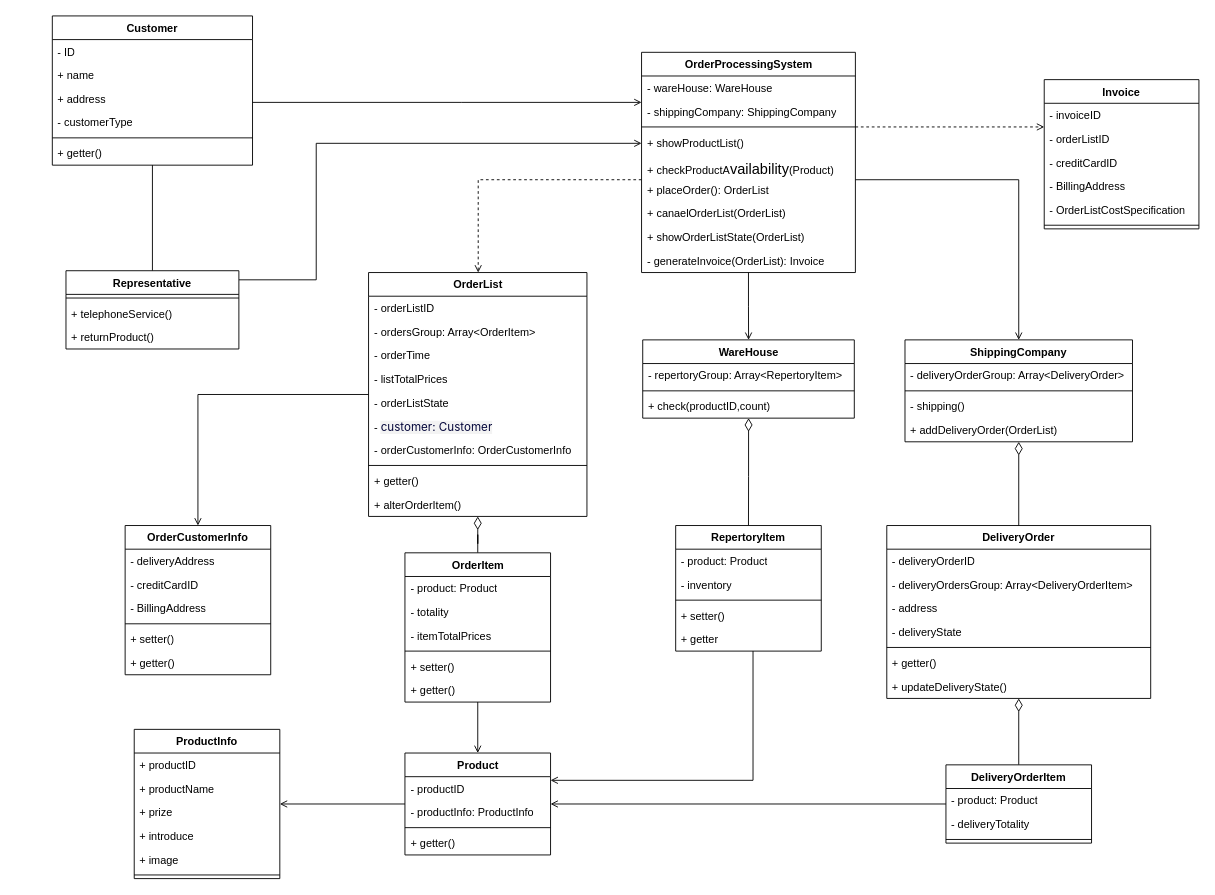
This is orders/orders_Class_improved.drawio from yayaer123/drawio_demo, a draw.io file, before an edit. Source tidied: cells renumbered, new cells numbered last; positions are measured from the earlier drawing's top-left corner, leaving out a move shared by most shapes. Both pictures are drawn from the tidied source at 91%, with x=0, y=0 at pixel (52, 15).
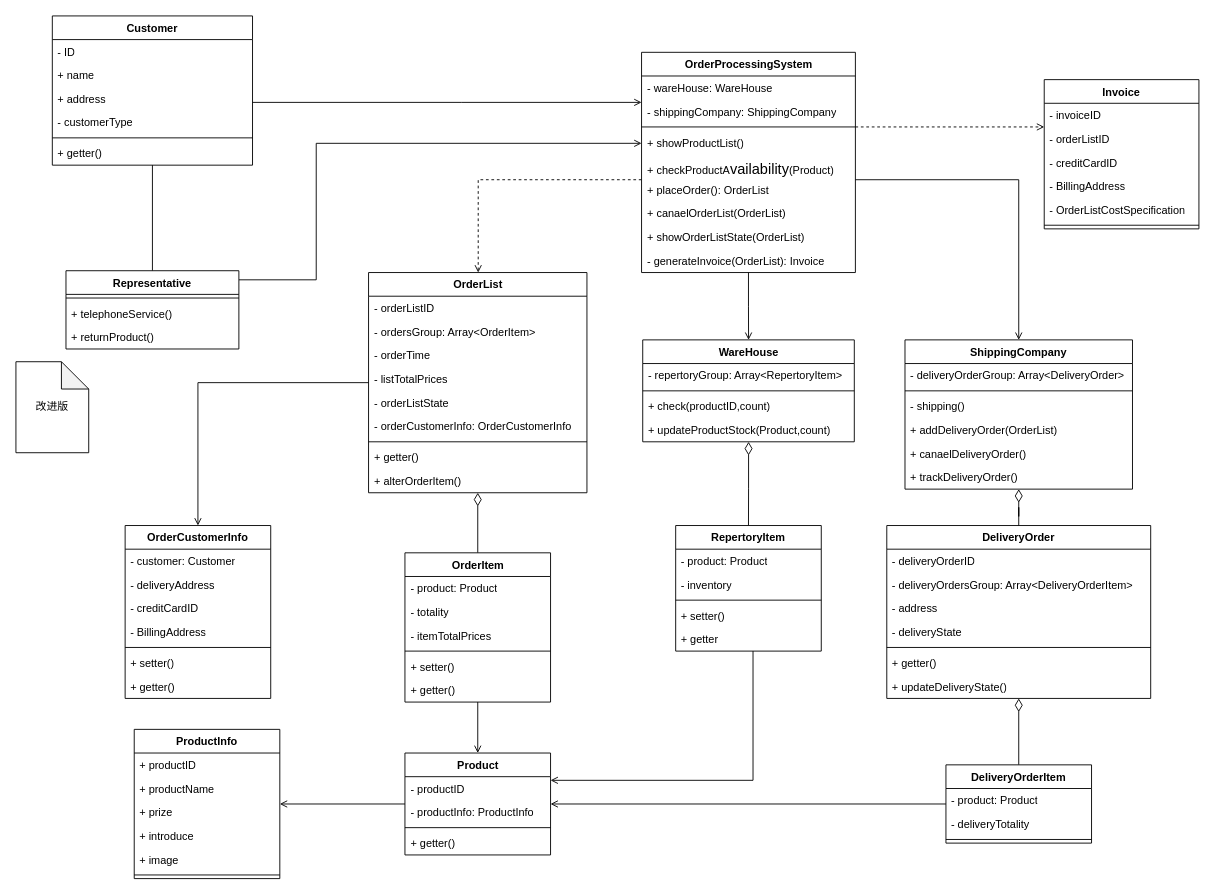
Above is the later version.

Diff of the diagram source:
```diff
@@
     <mxCell id="31" value="OrderList" style="swimlane;fontStyle=1;align=center;verticalAlign=top;horizontal=1;startSize=26;whiteSpace=wrap;html=1;" parent="1" vertex="1">
-      <mxGeometry x="347.5" y="282" width="240" height="268" as="geometry" />
+      <mxGeometry x="347.5" y="282" width="240" height="242" as="geometry" />
     </mxCell>
@@
-    <mxCell id="37" value="-&amp;nbsp;&lt;span style=&quot;color: rgb(5, 7, 59); font-family: -apple-system, BlinkMacSystemFont, &amp;quot;Segoe UI&amp;quot;, Roboto, Ubuntu, &amp;quot;Helvetica Neue&amp;quot;, Helvetica, Arial, &amp;quot;PingFang SC&amp;quot;, &amp;quot;Hiragino Sans GB&amp;quot;, &amp;quot;Microsoft YaHei UI&amp;quot;, &amp;quot;Microsoft YaHei&amp;quot;, &amp;quot;Source Han Sans CN&amp;quot;, sans-serif, &amp;quot;Apple Color Emoji&amp;quot;, &amp;quot;Segoe UI Emoji&amp;quot;; font-size: 12.75px; background-color: rgba(27, 31, 35, 0.05);&quot;&gt;customer: C&lt;/span&gt;&lt;span style=&quot;color: rgb(5, 7, 59); font-family: -apple-system, BlinkMacSystemFont, &amp;quot;Segoe UI&amp;quot;, Roboto, Ubuntu, &amp;quot;Helvetica Neue&amp;quot;, Helvetica, Arial, &amp;quot;PingFang SC&amp;quot;, &amp;quot;Hiragino Sans GB&amp;quot;, &amp;quot;Microsoft YaHei UI&amp;quot;, &amp;quot;Microsoft YaHei&amp;quot;, &amp;quot;Source Han Sans CN&amp;quot;, sans-serif, &amp;quot;Apple Color Emoji&amp;quot;, &amp;quot;Segoe UI Emoji&amp;quot;; font-size: 12.75px; background-color: rgba(27, 31, 35, 0.05);&quot;&gt;ustomer&lt;/span&gt;" style="text;strokeColor=none;fillColor=none;align=left;verticalAlign=top;spacingLeft=4;spacingRight=4;overflow=hidden;whiteSpace=wrap;html=1;" parent="31" vertex="1">
-      <mxGeometry y="156" width="240" height="26" as="geometry" />
-    </mxCell>
     <mxCell id="38" value="- orderCustomerInfo: OrderCustomerInfo" style="text;strokeColor=none;fillColor=none;align=left;verticalAlign=top;spacingLeft=4;spacingRight=4;overflow=hidden;whiteSpace=wrap;html=1;" parent="31" vertex="1">
-      <mxGeometry y="182" width="240" height="26" as="geometry" />
+      <mxGeometry y="156" width="240" height="26" as="geometry" />
     </mxCell>
     <mxCell id="39" style="line;strokeWidth=1;fillColor=none;align=left;verticalAlign=middle;spacingTop=-1;spacingLeft=3;spacingRight=3;labelPosition=right;strokeColor=inherit;" parent="31" vertex="1">
-      <mxGeometry y="208" width="240" height="8" as="geometry" />
+      <mxGeometry y="182" width="240" height="8" as="geometry" />
     </mxCell>
     <mxCell id="40" value="+ getter()" style="text;strokeColor=none;fillColor=none;align=left;verticalAlign=top;spacingLeft=4;spacingRight=4;overflow=hidden;whiteSpace=wrap;html=1;" parent="31" vertex="1">
-      <mxGeometry y="216" width="240" height="26" as="geometry" />
+      <mxGeometry y="190" width="240" height="26" as="geometry" />
     </mxCell>
     <mxCell id="41" value="+ alterOrderItem()" style="text;strokeColor=none;fillColor=none;align=left;verticalAlign=top;spacingLeft=4;spacingRight=4;overflow=hidden;whiteSpace=wrap;html=1;" parent="31" vertex="1">
-      <mxGeometry y="242" width="240" height="26" as="geometry" />
+      <mxGeometry y="216" width="240" height="26" as="geometry" />
     </mxCell>
@@
     <mxCell id="50" value="&lt;span style=&quot;text-align: left;&quot;&gt;OrderCustomerInfo&lt;/span&gt;" style="swimlane;fontStyle=1;align=center;verticalAlign=top;horizontal=1;startSize=26;whiteSpace=wrap;html=1;" parent="1" vertex="1">
-      <mxGeometry x="80" y="560" width="160" height="164" as="geometry" />
+      <mxGeometry x="80" y="560" width="160" height="190" as="geometry" />
     </mxCell>
+    <mxCell id="37" value="- customer: Customer" style="text;strokeColor=none;fillColor=none;align=left;verticalAlign=top;spacingLeft=4;spacingRight=4;overflow=hidden;whiteSpace=wrap;html=1;" parent="50" vertex="1">
+      <mxGeometry y="26" width="160" height="26" as="geometry" />
+    </mxCell>
     <mxCell id="51" value="- deliveryAddress" style="text;strokeColor=none;fillColor=none;align=left;verticalAlign=top;spacingLeft=4;spacingRight=4;overflow=hidden;whiteSpace=wrap;html=1;" parent="50" vertex="1">
-      <mxGeometry y="26" width="160" height="26" as="geometry" />
+      <mxGeometry y="52" width="160" height="26" as="geometry" />
     </mxCell>
     <mxCell id="52" value="- creditCardID" style="text;strokeColor=none;fillColor=none;align=left;verticalAlign=top;spacingLeft=4;spacingRight=4;overflow=hidden;whiteSpace=wrap;html=1;" parent="50" vertex="1">
-      <mxGeometry y="52" width="160" height="26" as="geometry" />
+      <mxGeometry y="78" width="160" height="26" as="geometry" />
     </mxCell>
     <mxCell id="53" value="- BillingAddress" style="text;strokeColor=none;fillColor=none;align=left;verticalAlign=top;spacingLeft=4;spacingRight=4;overflow=hidden;whiteSpace=wrap;html=1;" parent="50" vertex="1">
-      <mxGeometry y="78" width="160" height="26" as="geometry" />
+      <mxGeometry y="104" width="160" height="26" as="geometry" />
     </mxCell>
     <mxCell id="54" style="line;strokeWidth=1;fillColor=none;align=left;verticalAlign=middle;spacingTop=-1;spacingLeft=3;spacingRight=3;labelPosition=right;strokeColor=inherit;" parent="50" vertex="1">
-      <mxGeometry y="104" width="160" height="8" as="geometry" />
+      <mxGeometry y="130" width="160" height="8" as="geometry" />
     </mxCell>
     <mxCell id="55" value="+ setter()" style="text;strokeColor=none;fillColor=none;align=left;verticalAlign=top;spacingLeft=4;spacingRight=4;overflow=hidden;whiteSpace=wrap;html=1;" parent="50" vertex="1">
-      <mxGeometry y="112" width="160" height="26" as="geometry" />
+      <mxGeometry y="138" width="160" height="26" as="geometry" />
     </mxCell>
     <mxCell id="56" value="+ getter()" style="text;strokeColor=none;fillColor=none;align=left;verticalAlign=top;spacingLeft=4;spacingRight=4;overflow=hidden;whiteSpace=wrap;html=1;" parent="50" vertex="1">
-      <mxGeometry y="138" width="160" height="26" as="geometry" />
+      <mxGeometry y="164" width="160" height="26" as="geometry" />
     </mxCell>
@@
     <mxCell id="58" value="WareHouse" style="swimlane;fontStyle=1;align=center;verticalAlign=top;horizontal=1;startSize=26;whiteSpace=wrap;html=1;" parent="1" vertex="1">
-      <mxGeometry x="648.8" y="356" width="232.5" height="86" as="geometry" />
+      <mxGeometry x="648.8" y="356" width="232.5" height="112" as="geometry" />
     </mxCell>
@@
+    <mxCell id="110" value="+ updateProductStock(Product,count)" style="text;strokeColor=none;fillColor=none;align=left;verticalAlign=top;spacingLeft=4;spacingRight=4;overflow=hidden;whiteSpace=wrap;html=1;" parent="58" vertex="1">
+      <mxGeometry y="86" width="232.5" height="26" as="geometry" />
+    </mxCell>
@@
     <mxCell id="91" value="ShippingCompany" style="swimlane;fontStyle=1;align=center;verticalAlign=top;horizontal=1;startSize=26;whiteSpace=wrap;html=1;" parent="1" vertex="1">
-      <mxGeometry x="937" y="356" width="250" height="112" as="geometry" />
+      <mxGeometry x="937" y="356" width="250" height="164" as="geometry" />
     </mxCell>
@@
+    <mxCell id="111" value="+ canaelDeliveryOrder()" style="text;strokeColor=none;fillColor=none;align=left;verticalAlign=top;spacingLeft=4;spacingRight=4;overflow=hidden;whiteSpace=wrap;html=1;" parent="91" vertex="1">
+      <mxGeometry y="112" width="250" height="26" as="geometry" />
+    </mxCell>
+    <mxCell id="112" value="+ trackDeliveryOrder()" style="text;strokeColor=none;fillColor=none;align=left;verticalAlign=top;spacingLeft=4;spacingRight=4;overflow=hidden;whiteSpace=wrap;html=1;" parent="91" vertex="1">
+      <mxGeometry y="138" width="250" height="26" as="geometry" />
+    </mxCell>
@@
+    <mxCell id="113" value="改进版" style="shape=note;whiteSpace=wrap;html=1;backgroundOutline=1;darkOpacity=0.05;" parent="1" vertex="1">
+      <mxGeometry x="-40" y="380" width="80" height="100" as="geometry" />
+    </mxCell>
```
